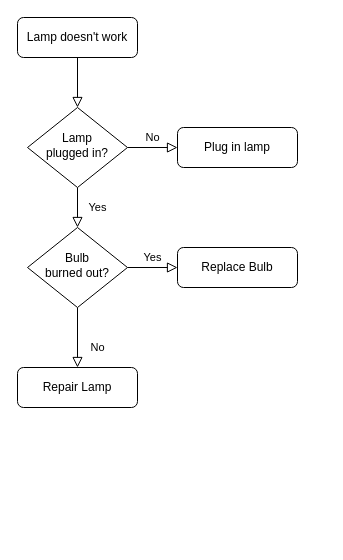
Above: python-判断.drawio in westonZhang/draws (draw.io), before the change. Source tidied: cells renumbered, new cells numbered last; positions are measured from the earlier drawing's top-left corner, leaving out a move shared by most shapes. Both pictures are drawn from the tidied source at 100%, with x=0, y=0 at pixel (17, 17).
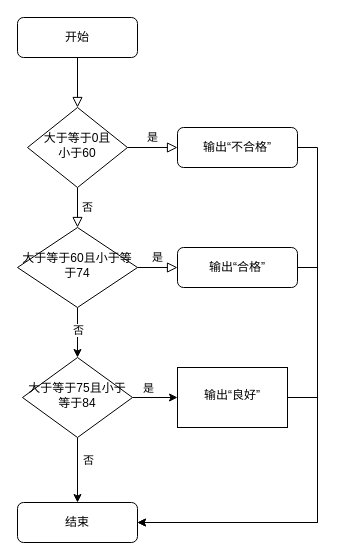
Above is the later version.

Change to the diagram source:
```diff
@@
-    <mxCell id="3" value="Lamp doesn't work" style="rounded=1;whiteSpace=wrap;html=1;fontSize=12;glass=0;strokeWidth=1;shadow=0;" parent="1" vertex="1">
+    <mxCell id="3" value="开始" style="rounded=1;whiteSpace=wrap;html=1;fontSize=12;glass=0;strokeWidth=1;shadow=0;" parent="1" vertex="1">
       <mxGeometry width="120" height="40" as="geometry" />
     </mxCell>
-    <mxCell id="4" value="Yes" style="rounded=0;html=1;jettySize=auto;fontSize=11;endArrow=block;endFill=0;endSize=8;strokeWidth=1;shadow=0;labelBackgroundColor=none;edgeStyle=orthogonalEdgeStyle;" parent="1" edge="1" source="6" target="10">
-      <mxGeometry y="20" relative="1" as="geometry" />
+    <mxCell id="4" value="否" style="rounded=0;html=1;jettySize=auto;fontSize=11;endArrow=block;endFill=0;endSize=8;strokeWidth=1;shadow=0;labelBackgroundColor=none;edgeStyle=orthogonalEdgeStyle;" parent="1" edge="1" source="6" target="10">
+      <mxGeometry y="10" relative="1" as="geometry" />
     </mxCell>
-    <mxCell id="5" value="No" style="edgeStyle=orthogonalEdgeStyle;rounded=0;html=1;jettySize=auto;fontSize=11;endArrow=block;endFill=0;endSize=8;strokeWidth=1;shadow=0;labelBackgroundColor=none;" parent="1" edge="1" source="6" target="7">
+    <mxCell id="5" value="是" style="edgeStyle=orthogonalEdgeStyle;rounded=0;html=1;jettySize=auto;fontSize=11;endArrow=block;endFill=0;endSize=8;strokeWidth=1;shadow=0;labelBackgroundColor=none;" parent="1" edge="1" source="6" target="7">
       <mxGeometry y="10" relative="1" as="geometry" />
     </mxCell>
-    <mxCell id="6" value="Lamp&lt;br&gt;plugged in?" style="rhombus;whiteSpace=wrap;html=1;shadow=0;fontFamily=Helvetica;fontSize=12;align=center;strokeWidth=1;spacing=6;spacingTop=-4;" parent="1" vertex="1">
+    <mxCell id="6" value="大于等于0且&lt;br&gt;小于60" style="rhombus;whiteSpace=wrap;html=1;shadow=0;fontFamily=Helvetica;fontSize=12;align=center;strokeWidth=1;spacing=6;spacingTop=-4;" parent="1" vertex="1">
       <mxGeometry x="10" y="90" width="100" height="80" as="geometry" />
     </mxCell>
+    <mxCell id="13" style="edgeStyle=orthogonalEdgeStyle;rounded=0;jettySize=auto;html=1;exitX=1;exitY=0.5;exitDx=0;exitDy=0;entryX=1;entryY=0.5;entryDx=0;entryDy=0;" parent="1" edge="1" source="7" target="11">
+      <mxGeometry relative="1" as="geometry" />
+    </mxCell>
-    <mxCell id="7" value="Plug in lamp" style="rounded=1;whiteSpace=wrap;html=1;fontSize=12;glass=0;strokeWidth=1;shadow=0;" parent="1" vertex="1">
+    <mxCell id="7" value="输出“不合格”" style="rounded=1;whiteSpace=wrap;html=1;fontSize=12;glass=0;strokeWidth=1;shadow=0;" parent="1" vertex="1">
       <mxGeometry x="160" y="110" width="120" height="40" as="geometry" />
     </mxCell>
-    <mxCell id="8" value="No" style="rounded=0;html=1;jettySize=auto;fontSize=11;endArrow=block;endFill=0;endSize=8;strokeWidth=1;shadow=0;labelBackgroundColor=none;edgeStyle=orthogonalEdgeStyle;" parent="1" edge="1" source="10" target="11">
-      <mxGeometry x="0.33" y="20" relative="1" as="geometry" />
-    </mxCell>
-    <mxCell id="9" value="Yes" style="edgeStyle=orthogonalEdgeStyle;rounded=0;html=1;jettySize=auto;fontSize=11;endArrow=block;endFill=0;endSize=8;strokeWidth=1;shadow=0;labelBackgroundColor=none;" parent="1" edge="1" source="10" target="12">
+    <mxCell id="9" value="是" style="edgeStyle=orthogonalEdgeStyle;rounded=0;html=1;jettySize=auto;fontSize=11;endArrow=block;endFill=0;endSize=8;strokeWidth=1;shadow=0;labelBackgroundColor=none;" parent="1" edge="1" source="10" target="12">
       <mxGeometry y="10" relative="1" as="geometry" />
     </mxCell>
+    <mxCell id="14" style="edgeStyle=orthogonalEdgeStyle;rounded=0;jettySize=auto;html=1;" parent="1" edge="1" source="10" target="21">
+      <mxGeometry relative="1" as="geometry" />
+    </mxCell>
+    <mxCell id="15" value="否" style="edgeLabel;html=1;align=center;verticalAlign=middle;" parent="14" vertex="1">
+      <mxGeometry x="-0.11" relative="1" as="geometry" />
+    </mxCell>
-    <mxCell id="10" value="Bulb&lt;br&gt;burned out?" style="rhombus;whiteSpace=wrap;html=1;shadow=0;fontFamily=Helvetica;fontSize=12;align=center;strokeWidth=1;spacing=6;spacingTop=-4;" parent="1" vertex="1">
-      <mxGeometry x="10" y="210" width="100" height="80" as="geometry" />
+    <mxCell id="10" value="大于等于60且小于等于74" style="rhombus;whiteSpace=wrap;html=1;shadow=0;fontFamily=Helvetica;fontSize=12;align=center;strokeWidth=1;spacing=6;spacingTop=-4;" parent="1" vertex="1">
+      <mxGeometry y="210" width="120" height="80" as="geometry" />
     </mxCell>
-    <mxCell id="11" value="Repair Lamp" style="rounded=1;whiteSpace=wrap;html=1;fontSize=12;glass=0;strokeWidth=1;shadow=0;" parent="1" vertex="1">
-      <mxGeometry y="350" width="120" height="40" as="geometry" />
+    <mxCell id="11" value="结束" style="rounded=1;whiteSpace=wrap;html=1;fontSize=12;glass=0;strokeWidth=1;shadow=0;" parent="1" vertex="1">
+      <mxGeometry y="485" width="120" height="40" as="geometry" />
     </mxCell>
+    <mxCell id="16" style="edgeStyle=orthogonalEdgeStyle;rounded=0;jettySize=auto;html=1;exitX=1;exitY=0.5;exitDx=0;exitDy=0;entryX=1;entryY=0.5;entryDx=0;entryDy=0;" parent="1" edge="1" source="12" target="11">
+      <mxGeometry relative="1" as="geometry" />
+    </mxCell>
-    <mxCell id="12" value="Replace Bulb" style="rounded=1;whiteSpace=wrap;html=1;fontSize=12;glass=0;strokeWidth=1;shadow=0;" parent="1" vertex="1">
+    <mxCell id="12" value="输出“合格”" style="rounded=1;whiteSpace=wrap;html=1;fontSize=12;glass=0;strokeWidth=1;shadow=0;" parent="1" vertex="1">
       <mxGeometry x="160" y="230" width="120" height="40" as="geometry" />
     </mxCell>
+    <mxCell id="17" style="edgeStyle=orthogonalEdgeStyle;rounded=0;jettySize=auto;html=1;" parent="1" edge="1" source="21" target="23">
+      <mxGeometry relative="1" as="geometry" />
+    </mxCell>
+    <mxCell id="18" value="是" style="edgeLabel;html=1;align=center;verticalAlign=middle;" parent="17" vertex="1">
+      <mxGeometry x="-0.45" y="-1" relative="1" as="geometry">
+        <mxPoint x="3" y="-11" as="offset" />
+      </mxGeometry>
+    </mxCell>
+    <mxCell id="19" style="edgeStyle=orthogonalEdgeStyle;rounded=0;jettySize=auto;html=1;exitX=0.5;exitY=1;exitDx=0;exitDy=0;entryX=0.5;entryY=0;entryDx=0;entryDy=0;" parent="1" edge="1" source="21" target="11">
+      <mxGeometry relative="1" as="geometry" />
+    </mxCell>
+    <mxCell id="20" value="否" style="edgeLabel;html=1;align=center;verticalAlign=middle;" parent="19" vertex="1">
+      <mxGeometry x="-0.31" y="1" relative="1" as="geometry">
+        <mxPoint x="9" as="offset" />
+      </mxGeometry>
+    </mxCell>
+    <mxCell id="21" value="大于等于75且小于等于84" style="rhombus;whiteSpace=wrap;html=1;shadow=0;strokeWidth=1;spacing=6;spacingTop=-4;" parent="1" vertex="1">
+      <mxGeometry x="5" y="340" width="110" height="80" as="geometry" />
+    </mxCell>
+    <mxCell id="22" style="edgeStyle=orthogonalEdgeStyle;rounded=0;jettySize=auto;html=1;exitX=1;exitY=0.5;exitDx=0;exitDy=0;endArrow=none;endFill=0;" parent="1" edge="1" source="23">
+      <mxGeometry relative="1" as="geometry">
+        <mxPoint x="300" y="380.2" as="targetPoint" />
+      </mxGeometry>
+    </mxCell>
+    <mxCell id="23" value="输出“良好”" style="whiteSpace=wrap;html=1;shadow=0;strokeWidth=1;spacing=6;spacingTop=-4;fillColor=default;rounded=0;sketch=0;glass=0;" parent="1" vertex="1">
+      <mxGeometry x="160" y="350" width="110" height="60" as="geometry" />
+    </mxCell>
```
